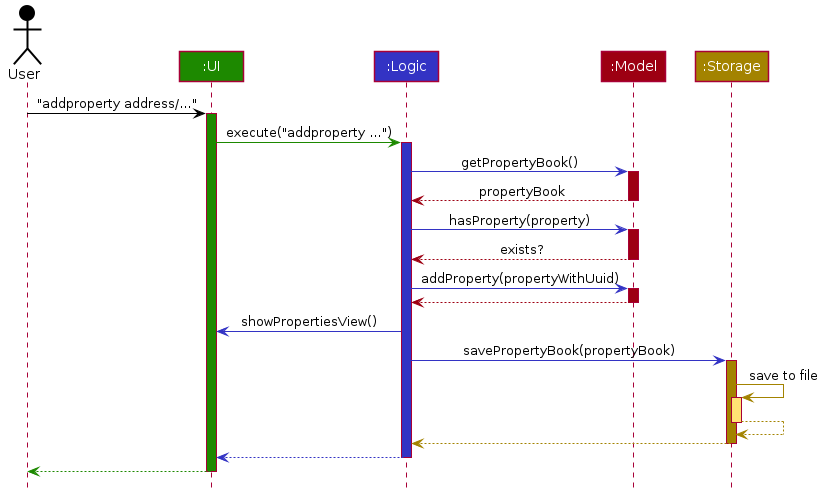
inzk0518/tp keeps this PlantUML diagram as docs/images/ArchitectureSequenceDiagram.png. Above is the earlier version. Its source is kept beside it as docs/diagrams/ArchitectureSequenceDiagram.puml.
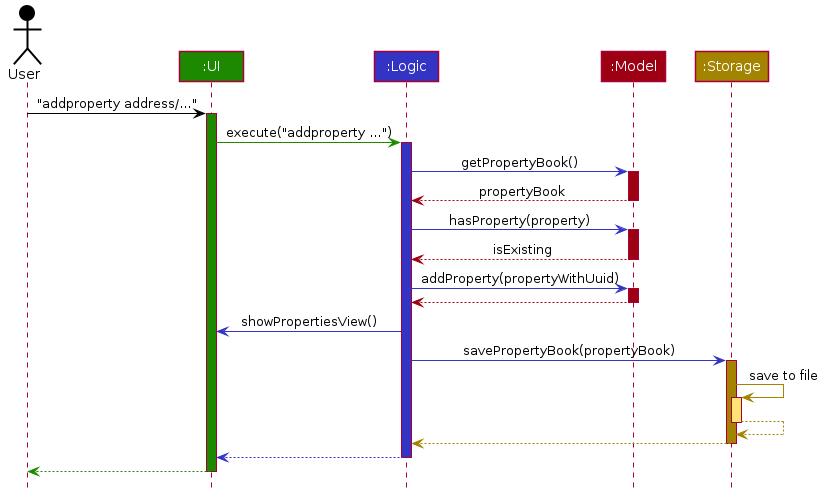
The same file after the commit.

Commit message:
Fix typo issue

Diff of the diagram source:
```diff
@@ -23,7 +23,7 @@
 logic -[LOGIC_COLOR]> model : hasProperty(property)
 activate model MODEL_COLOR
 
-model -[MODEL_COLOR]-> logic : exists?
+model -[MODEL_COLOR]-> logic : isExisting
 deactivate model
 
 logic -[LOGIC_COLOR]> model : addProperty(propertyWithUuid)
```
